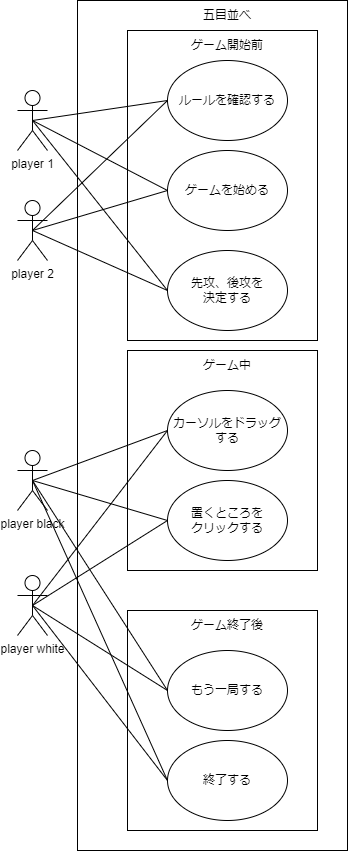
This is usecase.drawio.png from arashi6FNSM/-4-15, a draw.io export, as it was before one commit. Source tidied: cells renumbered, new cells last; positions are measured from the earlier drawing's top-left corner, leaving out a move shared by most shapes.
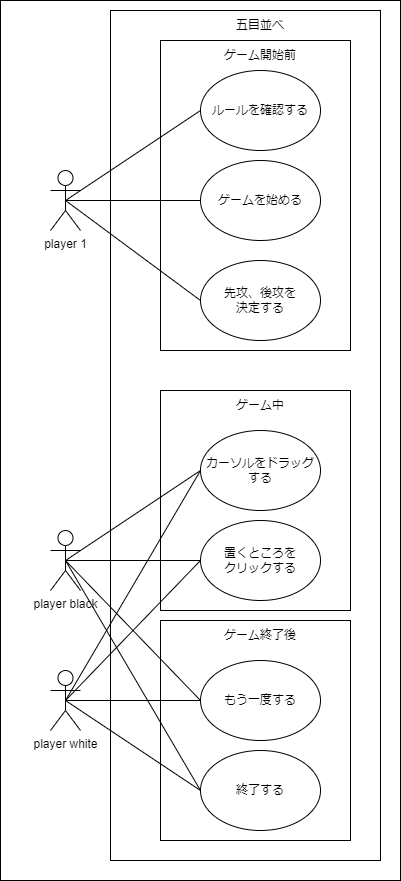
The same diagram one commit later.

Diff of the diagram source:
```diff
@@ -2,17 +2,17 @@
   <root>
     <mxCell id="0" />
     <mxCell id="1" parent="0" />
+    <mxCell id="35" style="whiteSpace=wrap;html=1;" parent="1" vertex="1">
+      <mxGeometry x="-50" y="-10" width="400" height="880" as="geometry" />
+    </mxCell>
     <mxCell id="2" value="player 1" style="shape=umlActor;verticalLabelPosition=bottom;verticalAlign=top;html=1;outlineConnect=0;" parent="1" vertex="1">
-      <mxGeometry y="90" width="30" height="60" as="geometry" />
+      <mxGeometry y="160" width="30" height="60" as="geometry" />
     </mxCell>
-    <mxCell id="3" value="player 2" style="shape=umlActor;verticalLabelPosition=bottom;verticalAlign=top;html=1;outlineConnect=0;" parent="1" vertex="1">
-      <mxGeometry y="200" width="30" height="60" as="geometry" />
-    </mxCell>
     <mxCell id="4" value="player black" style="shape=umlActor;verticalLabelPosition=bottom;verticalAlign=top;html=1;outlineConnect=0;" parent="1" vertex="1">
-      <mxGeometry y="450" width="30" height="60" as="geometry" />
+      <mxGeometry y="520" width="30" height="60" as="geometry" />
     </mxCell>
     <mxCell id="5" value="player white" style="shape=umlActor;verticalLabelPosition=bottom;verticalAlign=top;html=1;outlineConnect=0;" parent="1" vertex="1">
-      <mxGeometry y="575" width="30" height="60" as="geometry" />
+      <mxGeometry y="660" width="30" height="60" as="geometry" />
     </mxCell>
     <mxCell id="6" style="whiteSpace=wrap;html=1;" parent="1" vertex="1">
       <mxGeometry x="60" width="270" height="850" as="geometry" />
@@ -30,29 +30,20 @@
       <mxGeometry x="150" y="250" width="120" height="80" as="geometry" />
     </mxCell>
     <mxCell id="11" style="whiteSpace=wrap;html=1;" parent="1" vertex="1">
-      <mxGeometry x="110" y="350" width="190" height="220" as="geometry" />
+      <mxGeometry x="110" y="380" width="190" height="220" as="geometry" />
     </mxCell>
     <mxCell id="12" value="カーソルをドラッグする" style="ellipse;whiteSpace=wrap;html=1;" parent="1" vertex="1">
-      <mxGeometry x="150" y="390" width="120" height="80" as="geometry" />
+      <mxGeometry x="150" y="420" width="120" height="80" as="geometry" />
     </mxCell>
     <mxCell id="13" value="置くところを&lt;br&gt;クリックする" style="ellipse;whiteSpace=wrap;html=1;" parent="1" vertex="1">
-      <mxGeometry x="150" y="480" width="120" height="80" as="geometry" />
+      <mxGeometry x="150" y="510" width="120" height="80" as="geometry" />
     </mxCell>
     <mxCell id="14" style="endArrow=none;html=1;entryX=0.5;entryY=0.5;entryDx=0;entryDy=0;exitX=0;exitY=0.5;exitDx=0;exitDy=0;entryPerimeter=0;" parent="1" edge="1" source="9" target="2">
       <mxGeometry relative="1" as="geometry" />
     </mxCell>
-    <mxCell id="15" style="endArrow=none;html=1;entryX=0;entryY=0.5;entryDx=0;entryDy=0;exitX=0.5;exitY=0.5;exitDx=0;exitDy=0;exitPerimeter=0;" parent="1" edge="1" source="3" target="10">
-      <mxGeometry relative="1" as="geometry" />
-    </mxCell>
-    <mxCell id="16" style="endArrow=none;html=1;entryX=0;entryY=0.5;entryDx=0;entryDy=0;exitX=0.5;exitY=0.5;exitDx=0;exitDy=0;exitPerimeter=0;" parent="1" edge="1" source="3" target="9">
-      <mxGeometry relative="1" as="geometry" />
-    </mxCell>
     <mxCell id="17" style="endArrow=none;html=1;exitX=0.5;exitY=0.5;exitDx=0;exitDy=0;exitPerimeter=0;entryX=0;entryY=0.5;entryDx=0;entryDy=0;" parent="1" edge="1" source="2" target="8">
       <mxGeometry relative="1" as="geometry" />
     </mxCell>
-    <mxCell id="18" style="endArrow=none;html=1;exitX=0.5;exitY=0.5;exitDx=0;exitDy=0;exitPerimeter=0;entryX=0;entryY=0.5;entryDx=0;entryDy=0;" parent="1" edge="1" source="3" target="8">
-      <mxGeometry relative="1" as="geometry" />
-    </mxCell>
     <mxCell id="19" style="endArrow=none;html=1;exitX=0.5;exitY=0.5;exitDx=0;exitDy=0;exitPerimeter=0;entryX=0;entryY=0.5;entryDx=0;entryDy=0;" parent="1" edge="1" source="4" target="12">
       <mxGeometry relative="1" as="geometry" />
     </mxCell>
@@ -68,7 +59,7 @@
     <mxCell id="23" style="endArrow=none;html=1;exitX=0.5;exitY=0.5;exitDx=0;exitDy=0;exitPerimeter=0;entryX=0;entryY=0.5;entryDx=0;entryDy=0;" parent="1" edge="1" source="5" target="13">
       <mxGeometry relative="1" as="geometry" />
     </mxCell>
-    <mxCell id="24" value="もう一局する" style="ellipse;whiteSpace=wrap;html=1;" parent="1" vertex="1">
+    <mxCell id="24" value="もう一度する" style="ellipse;whiteSpace=wrap;html=1;" parent="1" vertex="1">
       <mxGeometry x="150" y="650" width="120" height="80" as="geometry" />
     </mxCell>
     <mxCell id="25" value="終了する" style="ellipse;whiteSpace=wrap;html=1;" parent="1" vertex="1">
@@ -96,7 +87,7 @@
       <mxGeometry x="170" y="30" width="80" height="30" as="geometry" />
     </mxCell>
     <mxCell id="33" value="ゲーム中" style="text;html=1;strokeColor=none;fillColor=none;align=center;verticalAlign=middle;whiteSpace=wrap;rounded=0;" parent="1" vertex="1">
-      <mxGeometry x="180" y="350" width="60" height="30" as="geometry" />
+      <mxGeometry x="180" y="380" width="60" height="30" as="geometry" />
     </mxCell>
     <mxCell id="34" value="ゲーム終了後" style="text;html=1;strokeColor=none;fillColor=none;align=center;verticalAlign=middle;whiteSpace=wrap;rounded=0;" parent="1" vertex="1">
       <mxGeometry x="170" y="610" width="80" height="30" as="geometry" />
```
